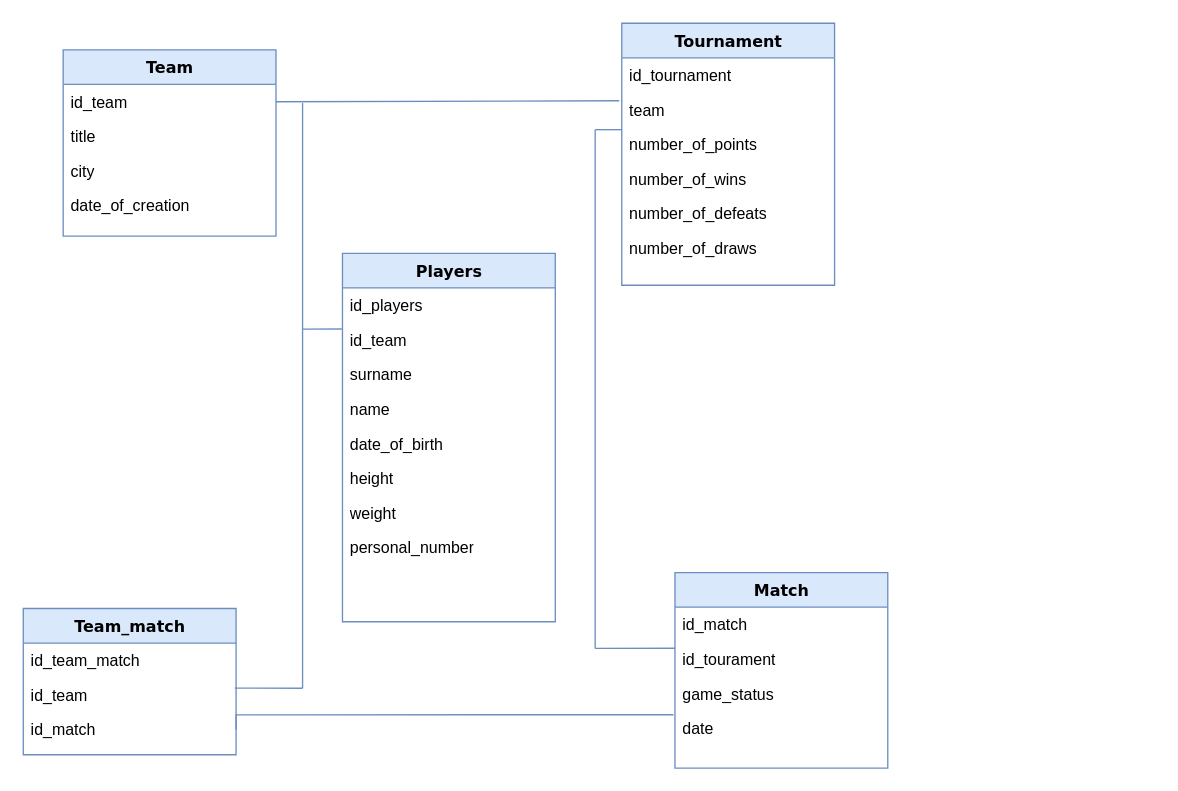
Earlier version of the draw.io diagram Untitled Diagram.drawio (Inzhubest/Inzhu). Source tidied: cells renumbered, new cells numbered last; positions are measured from the earlier drawing's top-left corner, leaving out a move shared by most shapes. Both pictures are drawn from the tidied source at 133%, with x=0, y=0 at pixel (23, 23).
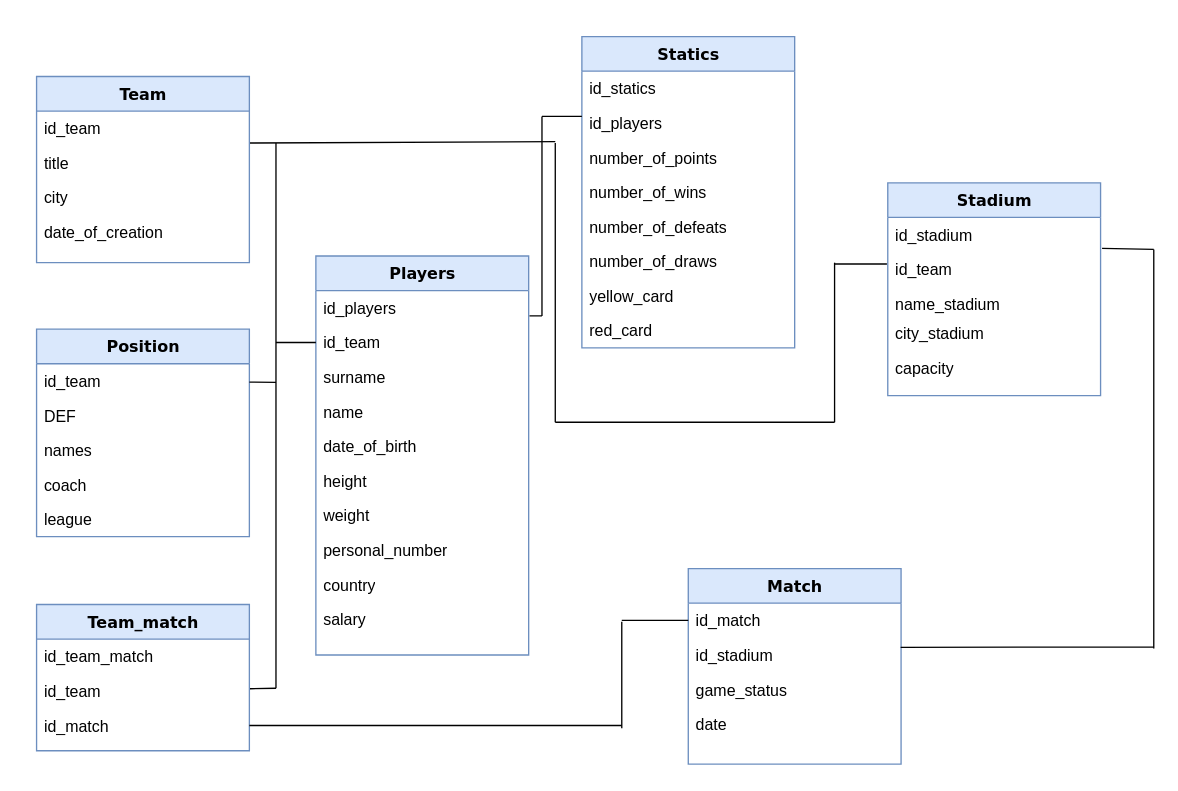
Above is the later version.

The change refers to these unchanged cells:
```xml
<mxCell id="3" value="id_team" style="text;html=1;strokeColor=none;fillColor=none;align=left;verticalAlign=top;spacingLeft=4;spacingRight=4;whiteSpace=wrap;overflow=hidden;points=[[0,0.5],[1,0.5]];portConstraint=eastwest;" parent="2" vertex="1">
  <mxGeometry y="26" width="160" height="26" as="geometry" />
</mxCell>
<mxCell id="8" value="id_players" style="text;html=1;strokeColor=none;fillColor=none;align=left;verticalAlign=top;spacingLeft=4;spacingRight=4;whiteSpace=wrap;overflow=hidden;points=[[0,0.5],[1,0.5]];portConstraint=eastwest;" parent="7" vertex="1">
  <mxGeometry y="26" width="160" height="26" as="geometry" />
</mxCell>
<mxCell id="9" value="id_team" style="text;html=1;strokeColor=none;fillColor=none;align=left;verticalAlign=top;spacingLeft=4;spacingRight=4;whiteSpace=wrap;overflow=hidden;points=[[0,0.5],[1,0.5]];portConstraint=eastwest;" parent="7" vertex="1">
  <mxGeometry y="52" width="160" height="26" as="geometry" />
</mxCell>
<mxCell id="25" value="id_team" style="text;html=1;strokeColor=none;fillColor=none;align=left;verticalAlign=top;spacingLeft=4;spacingRight=4;whiteSpace=wrap;overflow=hidden;points=[[0,0.5],[1,0.5]];portConstraint=eastwest;" parent="23" vertex="1">
  <mxGeometry y="52" width="160" height="26" as="geometry" />
</mxCell>
<mxCell id="26" value="id_match" style="text;html=1;strokeColor=none;fillColor=none;align=left;verticalAlign=top;spacingLeft=4;spacingRight=4;whiteSpace=wrap;overflow=hidden;points=[[0,0.5],[1,0.5]];portConstraint=eastwest;" parent="23" vertex="1">
  <mxGeometry y="78" width="160" height="26" as="geometry" />
</mxCell>
<mxCell id="28" value="id_match" style="text;html=1;strokeColor=none;fillColor=none;align=left;verticalAlign=top;spacingLeft=4;spacingRight=4;whiteSpace=wrap;overflow=hidden;points=[[0,0.5],[1,0.5]];portConstraint=eastwest;" parent="27" vertex="1">
  <mxGeometry y="26" width="160" height="26" as="geometry" />
</mxCell>
<mxCell id="31" value="date" style="text;html=1;strokeColor=none;fillColor=none;align=left;verticalAlign=top;spacingLeft=4;spacingRight=4;whiteSpace=wrap;overflow=hidden;points=[[0,0.5],[1,0.5]];portConstraint=eastwest;" parent="27" vertex="1">
  <mxGeometry y="104" width="160" height="26" as="geometry" />
</mxCell>
```

What changed in the source:
```diff
@@
     <mxCell id="2" value="Team" style="swimlane;html=1;fontStyle=1;align=center;verticalAlign=top;horizontal=1;startSize=26;swimlaneFillColor=#ffffff;rounded=0;shadow=0;comic=0;labelBackgroundColor=none;strokeWidth=1;fillColor=#dae8fc;fontFamily=Verdana;fontSize=12;strokeColor=#6c8ebf;" parent="1" vertex="1">
-      <mxGeometry x="30" y="20" width="160" height="140" as="geometry" />
+      <mxGeometry x="10" y="40" width="160" height="140" as="geometry" />
     </mxCell>
@@
     <mxCell id="7" value="Players" style="swimlane;html=1;fontStyle=1;align=center;verticalAlign=top;horizontal=1;startSize=26;swimlaneFillColor=#ffffff;rounded=0;shadow=0;comic=0;labelBackgroundColor=none;strokeWidth=1;fillColor=#dae8fc;fontFamily=Verdana;fontSize=12;strokeColor=#6c8ebf;" parent="1" vertex="1">
-      <mxGeometry x="240" y="173" width="160" height="277" as="geometry" />
+      <mxGeometry x="220" y="175" width="160" height="300" as="geometry" />
     </mxCell>
@@
+    <mxCell id="40" value="country" style="text;html=1;strokeColor=none;fillColor=none;align=left;verticalAlign=top;spacingLeft=4;spacingRight=4;whiteSpace=wrap;overflow=hidden;" parent="7" vertex="1">
+      <mxGeometry y="234" width="160" height="26" as="geometry" />
+    </mxCell>
+    <mxCell id="41" value="salary" style="text;html=1;strokeColor=none;fillColor=none;align=left;verticalAlign=top;spacingLeft=4;spacingRight=4;whiteSpace=wrap;overflow=hidden;" parent="7" vertex="1">
+      <mxGeometry y="260" width="160" height="26" as="geometry" />
+    </mxCell>
-    <mxCell id="16" value="Tournament" style="swimlane;html=1;fontStyle=1;align=center;verticalAlign=top;horizontal=1;startSize=26;swimlaneFillColor=#ffffff;rounded=0;shadow=0;comic=0;labelBackgroundColor=none;strokeWidth=1;fillColor=#dae8fc;fontFamily=Verdana;fontSize=12;strokeColor=#6c8ebf;" parent="1" vertex="1">
-      <mxGeometry x="450" width="160" height="197" as="geometry" />
+    <mxCell id="16" value="Statics" style="swimlane;html=1;fontStyle=1;align=center;verticalAlign=top;horizontal=1;startSize=26;swimlaneFillColor=#ffffff;rounded=0;shadow=0;comic=0;labelBackgroundColor=none;strokeWidth=1;fillColor=#dae8fc;fontFamily=Verdana;fontSize=12;strokeColor=#6c8ebf;" parent="1" vertex="1">
+      <mxGeometry x="420" y="10" width="160" height="234" as="geometry" />
     </mxCell>
-    <mxCell id="17" value="id_tournament" style="text;html=1;strokeColor=none;fillColor=none;align=left;verticalAlign=top;spacingLeft=4;spacingRight=4;whiteSpace=wrap;overflow=hidden;" parent="16" vertex="1">
+    <mxCell id="17" value="id_statics" style="text;html=1;strokeColor=none;fillColor=none;align=left;verticalAlign=top;spacingLeft=4;spacingRight=4;whiteSpace=wrap;overflow=hidden;" parent="16" vertex="1">
       <mxGeometry y="26" width="160" height="26" as="geometry" />
     </mxCell>
-    <mxCell id="18" value="team" style="text;html=1;strokeColor=none;fillColor=none;align=left;verticalAlign=top;spacingLeft=4;spacingRight=4;whiteSpace=wrap;overflow=hidden;points=[[0,0.5],[1,0.5]];portConstraint=eastwest;" parent="16" vertex="1">
+    <mxCell id="18" value="id_players" style="text;html=1;strokeColor=none;fillColor=none;align=left;verticalAlign=top;spacingLeft=4;spacingRight=4;whiteSpace=wrap;overflow=hidden;points=[[0,0.5],[1,0.5]];portConstraint=eastwest;" parent="16" vertex="1">
       <mxGeometry y="52" width="160" height="26" as="geometry" />
     </mxCell>
@@
+    <mxCell id="42" value="yellow_card" style="text;html=1;strokeColor=none;fillColor=none;align=left;verticalAlign=top;spacingLeft=4;spacingRight=4;whiteSpace=wrap;overflow=hidden;" parent="16" vertex="1">
+      <mxGeometry y="182" width="160" height="26" as="geometry" />
+    </mxCell>
+    <mxCell id="43" value="red_card" style="text;html=1;strokeColor=none;fillColor=none;align=left;verticalAlign=top;spacingLeft=4;spacingRight=4;whiteSpace=wrap;overflow=hidden;" parent="16" vertex="1">
+      <mxGeometry y="208" width="160" height="26" as="geometry" />
+    </mxCell>
     <mxCell id="23" value="Team_match" style="swimlane;html=1;fontStyle=1;align=center;verticalAlign=top;horizontal=1;startSize=26;swimlaneFillColor=#ffffff;rounded=0;shadow=0;comic=0;labelBackgroundColor=none;strokeWidth=1;fillColor=#dae8fc;fontFamily=Verdana;fontSize=12;strokeColor=#6c8ebf;" parent="1" vertex="1">
-      <mxGeometry y="440" width="160" height="110" as="geometry" />
+      <mxGeometry x="10" y="437" width="160" height="110" as="geometry" />
     </mxCell>
@@
     <mxCell id="27" value="Match" style="swimlane;html=1;fontStyle=1;align=center;verticalAlign=top;horizontal=1;startSize=26;swimlaneFillColor=#ffffff;rounded=0;shadow=0;comic=0;labelBackgroundColor=none;strokeWidth=1;fillColor=#dae8fc;fontFamily=Verdana;fontSize=12;strokeColor=#6c8ebf;" parent="1" vertex="1">
-      <mxGeometry x="490" y="413" width="160" height="147" as="geometry" />
+      <mxGeometry x="500" y="410" width="160" height="147" as="geometry" />
     </mxCell>
@@
-    <mxCell id="29" value="id_tourament" style="text;html=1;strokeColor=none;fillColor=none;align=left;verticalAlign=top;spacingLeft=4;spacingRight=4;whiteSpace=wrap;overflow=hidden;points=[[0,0.5],[1,0.5]];portConstraint=eastwest;" parent="27" vertex="1">
+    <mxCell id="29" value="id_stadium" style="text;html=1;strokeColor=none;fillColor=none;align=left;verticalAlign=top;spacingLeft=4;spacingRight=4;whiteSpace=wrap;overflow=hidden;points=[[0,0.5],[1,0.5]];portConstraint=eastwest;" parent="27" vertex="1">
       <mxGeometry y="52" width="160" height="26" as="geometry" />
     </mxCell>
@@
-    <mxCell id="32" style="endArrow=none;html=1;rounded=0;exitX=1;exitY=0.5;exitDx=0;exitDy=0;entryX=-0.012;entryY=0.24;entryDx=0;entryDy=0;entryPerimeter=0;fillColor=#dae8fc;strokeColor=#6c8ebf;" parent="1" edge="1" source="3" target="18">
-      <mxGeometry relative="1" as="geometry" />
-    </mxCell>
-    <mxCell id="33" style="endArrow=none;html=1;rounded=0;fillColor=#dae8fc;strokeColor=#6c8ebf;" parent="1" edge="1">
-      <mxGeometry relative="1" as="geometry">
-        <mxPoint x="210" y="500" as="sourcePoint" />
-        <mxPoint x="210" y="60" as="targetPoint" />
-      </mxGeometry>
-    </mxCell>
-    <mxCell id="34" style="endArrow=none;html=1;rounded=0;entryX=0.994;entryY=0.301;entryDx=0;entryDy=0;entryPerimeter=0;fillColor=#dae8fc;strokeColor=#6c8ebf;" parent="1" edge="1" target="25">
-      <mxGeometry relative="1" as="geometry">
-        <mxPoint x="210" y="500" as="sourcePoint" />
-      </mxGeometry>
-    </mxCell>
-    <mxCell id="35" style="endArrow=none;html=1;rounded=0;entryX=-0.003;entryY=0.188;entryDx=0;entryDy=0;entryPerimeter=0;fillColor=#dae8fc;strokeColor=#6c8ebf;" parent="1" edge="1" target="9">
-      <mxGeometry relative="1" as="geometry">
-        <mxPoint x="210" y="230" as="sourcePoint" />
-      </mxGeometry>
-    </mxCell>
-    <mxCell id="36" style="endArrow=none;html=1;rounded=0;exitX=1;exitY=0.5;exitDx=0;exitDy=0;entryX=-0.007;entryY=0.111;entryDx=0;entryDy=0;entryPerimeter=0;fillColor=#dae8fc;strokeColor=#6c8ebf;" parent="1" edge="1" source="26" target="31">
-      <mxGeometry relative="1" as="geometry">
-        <Array as="points">
-          <mxPoint x="160" y="520" />
-        </Array>
-      </mxGeometry>
-    </mxCell>
-    <mxCell id="37" style="endArrow=none;html=1;rounded=0;fillColor=#dae8fc;strokeColor=#6c8ebf;" parent="1" edge="1">
-      <mxGeometry relative="1" as="geometry">
-        <mxPoint x="430" y="470" as="sourcePoint" />
-        <mxPoint x="430" y="80" as="targetPoint" />
-      </mxGeometry>
-    </mxCell>
-    <mxCell id="38" style="endArrow=none;html=1;rounded=0;fillColor=#dae8fc;strokeColor=#6c8ebf;" parent="1" edge="1">
-      <mxGeometry relative="1" as="geometry">
-        <mxPoint x="450" y="80" as="sourcePoint" />
-        <mxPoint x="430" y="80" as="targetPoint" />
-      </mxGeometry>
-    </mxCell>
-    <mxCell id="39" style="endArrow=none;html=1;rounded=0;entryX=0;entryY=0.188;entryDx=0;entryDy=0;entryPerimeter=0;fillColor=#dae8fc;strokeColor=#6c8ebf;" parent="1" edge="1" target="29">
-      <mxGeometry relative="1" as="geometry">
-        <mxPoint x="430" y="470" as="sourcePoint" />
-      </mxGeometry>
-    </mxCell>
+    <mxCell id="44" value="Position" style="swimlane;html=1;fontStyle=1;align=center;verticalAlign=top;horizontal=1;startSize=26;swimlaneFillColor=#ffffff;rounded=0;shadow=0;comic=0;labelBackgroundColor=none;strokeWidth=1;fillColor=#dae8fc;fontFamily=Verdana;fontSize=12;strokeColor=#6c8ebf;" parent="1" vertex="1">
+      <mxGeometry x="10" y="230" width="160" height="156" as="geometry" />
+    </mxCell>
+    <mxCell id="45" value="id_team" style="text;html=1;strokeColor=none;fillColor=none;align=left;verticalAlign=top;spacingLeft=4;spacingRight=4;whiteSpace=wrap;overflow=hidden;points=[[0,0.5],[1,0.5]];portConstraint=eastwest;" parent="44" vertex="1">
+      <mxGeometry y="26" width="160" height="26" as="geometry" />
+    </mxCell>
+    <mxCell id="46" value="DEF" style="text;html=1;strokeColor=none;fillColor=none;align=left;verticalAlign=top;spacingLeft=4;spacingRight=4;whiteSpace=wrap;overflow=hidden;" parent="44" vertex="1">
+      <mxGeometry y="52" width="160" height="26" as="geometry" />
+    </mxCell>
+    <mxCell id="47" value="names" style="text;html=1;strokeColor=none;fillColor=none;align=left;verticalAlign=top;spacingLeft=4;spacingRight=4;whiteSpace=wrap;overflow=hidden;" parent="44" vertex="1">
+      <mxGeometry y="78" width="160" height="26" as="geometry" />
+    </mxCell>
+    <mxCell id="48" value="coach" style="text;html=1;strokeColor=none;fillColor=none;align=left;verticalAlign=top;spacingLeft=4;spacingRight=4;whiteSpace=wrap;overflow=hidden;" parent="44" vertex="1">
+      <mxGeometry y="104" width="160" height="26" as="geometry" />
+    </mxCell>
+    <mxCell id="49" value="league" style="text;html=1;strokeColor=none;fillColor=none;align=left;verticalAlign=top;spacingLeft=4;spacingRight=4;whiteSpace=wrap;overflow=hidden;" parent="44" vertex="1">
+      <mxGeometry y="130" width="160" height="26" as="geometry" />
+    </mxCell>
+    <mxCell id="50" value="Stadium" style="swimlane;html=1;fontStyle=1;align=center;verticalAlign=top;horizontal=1;startSize=26;swimlaneFillColor=#ffffff;rounded=0;shadow=0;comic=0;labelBackgroundColor=none;strokeWidth=1;fillColor=#dae8fc;fontFamily=Verdana;fontSize=12;strokeColor=#6c8ebf;" parent="1" vertex="1">
+      <mxGeometry x="650" y="120" width="160" height="160" as="geometry" />
+    </mxCell>
+    <mxCell id="51" value="id_stadium" style="text;html=1;strokeColor=none;fillColor=none;align=left;verticalAlign=top;spacingLeft=4;spacingRight=4;whiteSpace=wrap;overflow=hidden;points=[[0,0.5],[1,0.5]];portConstraint=eastwest;" parent="50" vertex="1">
+      <mxGeometry y="26" width="160" height="26" as="geometry" />
+    </mxCell>
+    <mxCell id="52" value="id_team" style="text;html=1;strokeColor=none;fillColor=none;align=left;verticalAlign=top;spacingLeft=4;spacingRight=4;whiteSpace=wrap;overflow=hidden;points=[[0,0.5],[1,0.5]];portConstraint=eastwest;" parent="50" vertex="1">
+      <mxGeometry y="52" width="160" height="26" as="geometry" />
+    </mxCell>
+    <mxCell id="53" value="name_stadium" style="text;html=1;strokeColor=none;fillColor=none;align=left;verticalAlign=top;spacingLeft=4;spacingRight=4;whiteSpace=wrap;overflow=hidden;" parent="50" vertex="1">
+      <mxGeometry y="78" width="160" height="22" as="geometry" />
+    </mxCell>
+    <mxCell id="54" value="city_stadium" style="text;html=1;strokeColor=none;fillColor=none;align=left;verticalAlign=top;spacingLeft=4;spacingRight=4;whiteSpace=wrap;overflow=hidden;" parent="50" vertex="1">
+      <mxGeometry y="100" width="160" height="26" as="geometry" />
+    </mxCell>
+    <mxCell id="55" value="capacity" style="text;html=1;strokeColor=none;fillColor=none;align=left;verticalAlign=top;spacingLeft=4;spacingRight=4;whiteSpace=wrap;overflow=hidden;" parent="50" vertex="1">
+      <mxGeometry y="126" width="160" height="26" as="geometry" />
+    </mxCell>
+    <mxCell id="56" style="endArrow=none;html=1;rounded=0;exitX=1.003;exitY=0.924;exitDx=0;exitDy=0;exitPerimeter=0;" parent="1" edge="1" source="3">
+      <mxGeometry relative="1" as="geometry">
+        <mxPoint x="400" y="89" as="targetPoint" />
+      </mxGeometry>
+    </mxCell>
+    <mxCell id="57" style="endArrow=none;html=1;rounded=0;" parent="1" edge="1">
+      <mxGeometry relative="1" as="geometry">
+        <mxPoint x="400" y="300" as="sourcePoint" />
+        <mxPoint x="400" y="90" as="targetPoint" />
+      </mxGeometry>
+    </mxCell>
+    <mxCell id="58" style="endArrow=none;html=1;rounded=0;" parent="1" edge="1">
+      <mxGeometry relative="1" as="geometry">
+        <mxPoint x="190" y="500" as="sourcePoint" />
+        <mxPoint x="190" y="90" as="targetPoint" />
+      </mxGeometry>
+    </mxCell>
+    <mxCell id="59" style="endArrow=none;html=1;rounded=0;entryX=1.003;entryY=0.436;entryDx=0;entryDy=0;entryPerimeter=0;" parent="1" edge="1" target="25">
+      <mxGeometry relative="1" as="geometry">
+        <mxPoint x="190" y="500" as="sourcePoint" />
+      </mxGeometry>
+    </mxCell>
+    <mxCell id="60" style="endArrow=none;html=1;rounded=0;exitX=0;exitY=0.5;exitDx=0;exitDy=0;" parent="1" edge="1" source="9">
+      <mxGeometry relative="1" as="geometry">
+        <mxPoint x="190" y="240" as="targetPoint" />
+      </mxGeometry>
+    </mxCell>
+    <mxCell id="61" style="endArrow=none;html=1;rounded=0;" parent="1" edge="1">
+      <mxGeometry relative="1" as="geometry">
+        <mxPoint x="400" y="300" as="sourcePoint" />
+        <mxPoint x="610" y="300" as="targetPoint" />
+      </mxGeometry>
+    </mxCell>
+    <mxCell id="62" style="endArrow=none;html=1;rounded=0;" parent="1" edge="1">
+      <mxGeometry relative="1" as="geometry">
+        <mxPoint x="610" y="300" as="sourcePoint" />
+        <mxPoint x="610" y="180" as="targetPoint" />
+      </mxGeometry>
+    </mxCell>
+    <mxCell id="63" style="endArrow=none;html=1;rounded=0;entryX=-0.004;entryY=0.346;entryDx=0;entryDy=0;entryPerimeter=0;" parent="1" edge="1" target="52">
+      <mxGeometry relative="1" as="geometry">
+        <mxPoint x="610" y="181" as="sourcePoint" />
+      </mxGeometry>
+    </mxCell>
+    <mxCell id="64" style="endArrow=none;html=1;rounded=0;" parent="1" edge="1">
+      <mxGeometry relative="1" as="geometry">
+        <mxPoint x="390" y="70" as="sourcePoint" />
+        <mxPoint x="390" y="220" as="targetPoint" />
+      </mxGeometry>
+    </mxCell>
+    <mxCell id="65" style="endArrow=none;html=1;rounded=0;" parent="1" edge="1">
+      <mxGeometry relative="1" as="geometry">
+        <mxPoint x="420" y="70" as="sourcePoint" />
+        <mxPoint x="390" y="70" as="targetPoint" />
+      </mxGeometry>
+    </mxCell>
+    <mxCell id="66" style="endArrow=none;html=1;rounded=0;entryX=1.004;entryY=0.729;entryDx=0;entryDy=0;entryPerimeter=0;" parent="1" edge="1" target="8">
+      <mxGeometry relative="1" as="geometry">
+        <mxPoint x="390" y="220" as="sourcePoint" />
+      </mxGeometry>
+    </mxCell>
+    <mxCell id="67" style="endArrow=none;html=1;rounded=0;" parent="1" edge="1" target="45">
+      <mxGeometry relative="1" as="geometry">
+        <mxPoint x="190" y="270" as="sourcePoint" />
+      </mxGeometry>
+    </mxCell>
+    <mxCell id="68" style="endArrow=none;html=1;rounded=0;exitX=1;exitY=0.5;exitDx=0;exitDy=0;" parent="1" edge="1" source="26">
+      <mxGeometry relative="1" as="geometry">
+        <mxPoint x="450" y="528" as="targetPoint" />
+      </mxGeometry>
+    </mxCell>
+    <mxCell id="69" style="endArrow=none;html=1;rounded=0;" parent="1" edge="1">
+      <mxGeometry relative="1" as="geometry">
+        <mxPoint x="450" y="450" as="sourcePoint" />
+        <mxPoint x="450" y="530" as="targetPoint" />
+      </mxGeometry>
+    </mxCell>
+    <mxCell id="70" style="endArrow=none;html=1;rounded=0;entryX=0;entryY=0.5;entryDx=0;entryDy=0;" parent="1" edge="1" target="28">
+      <mxGeometry relative="1" as="geometry">
+        <mxPoint x="450" y="449" as="sourcePoint" />
+      </mxGeometry>
+    </mxCell>
+    <mxCell id="71" style="endArrow=none;html=1;rounded=0;entryX=0.998;entryY=0.277;entryDx=0;entryDy=0;entryPerimeter=0;" parent="1" edge="1" target="29">
+      <mxGeometry relative="1" as="geometry">
+        <mxPoint x="850" y="469" as="sourcePoint" />
+      </mxGeometry>
+    </mxCell>
+    <mxCell id="72" style="endArrow=none;html=1;rounded=0;" parent="1" edge="1">
+      <mxGeometry relative="1" as="geometry">
+        <mxPoint x="850" y="470" as="sourcePoint" />
+        <mxPoint x="850" y="170" as="targetPoint" />
+      </mxGeometry>
+    </mxCell>
+    <mxCell id="73" style="endArrow=none;html=1;rounded=0;exitX=1.007;exitY=0.895;exitDx=0;exitDy=0;exitPerimeter=0;" parent="1" edge="1" source="51">
+      <mxGeometry relative="1" as="geometry">
+        <mxPoint x="850" y="170" as="targetPoint" />
+      </mxGeometry>
+    </mxCell>
```
